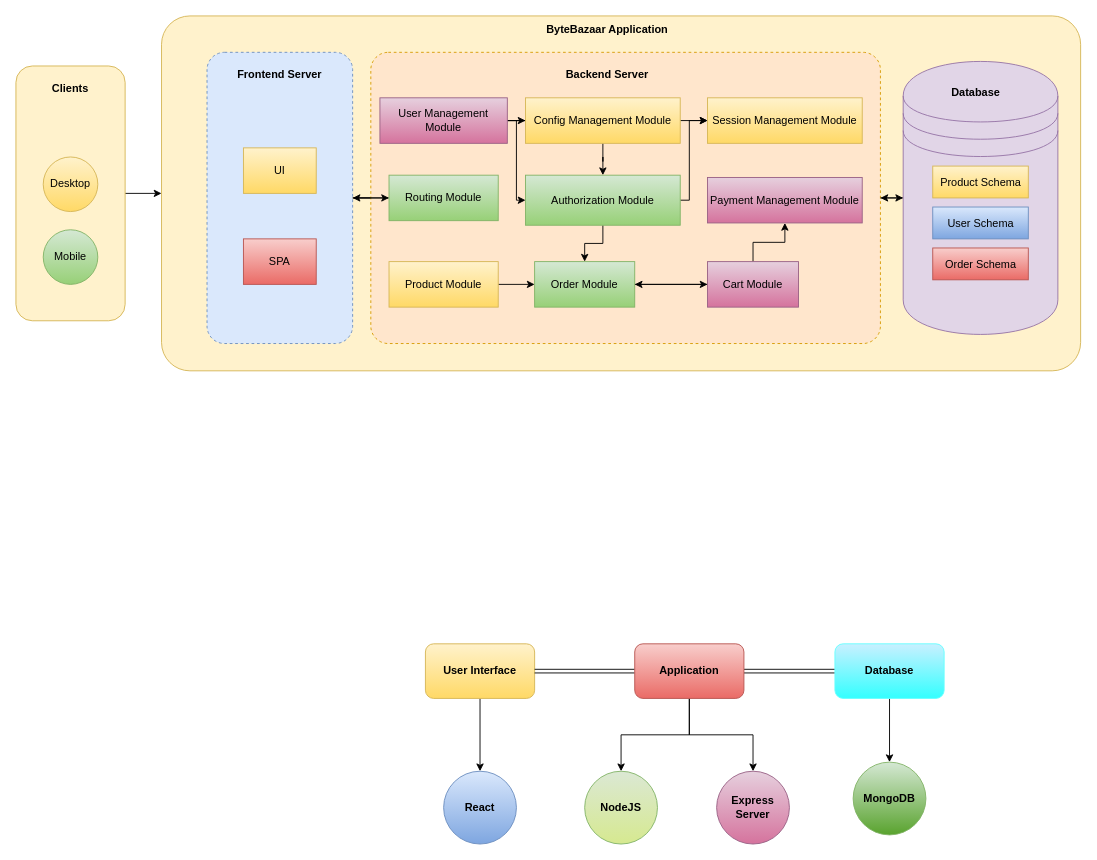
Above: design models.drawio in MuhammadHaris00/Diagrams (draw.io), before the change. Source tidied: cells renumbered, new cells numbered last; positions are measured from the earlier drawing's top-left corner, leaving out a move shared by most shapes. Both pictures are drawn from the tidied source at 91%, with x=0, y=0 at pixel (15, 15).
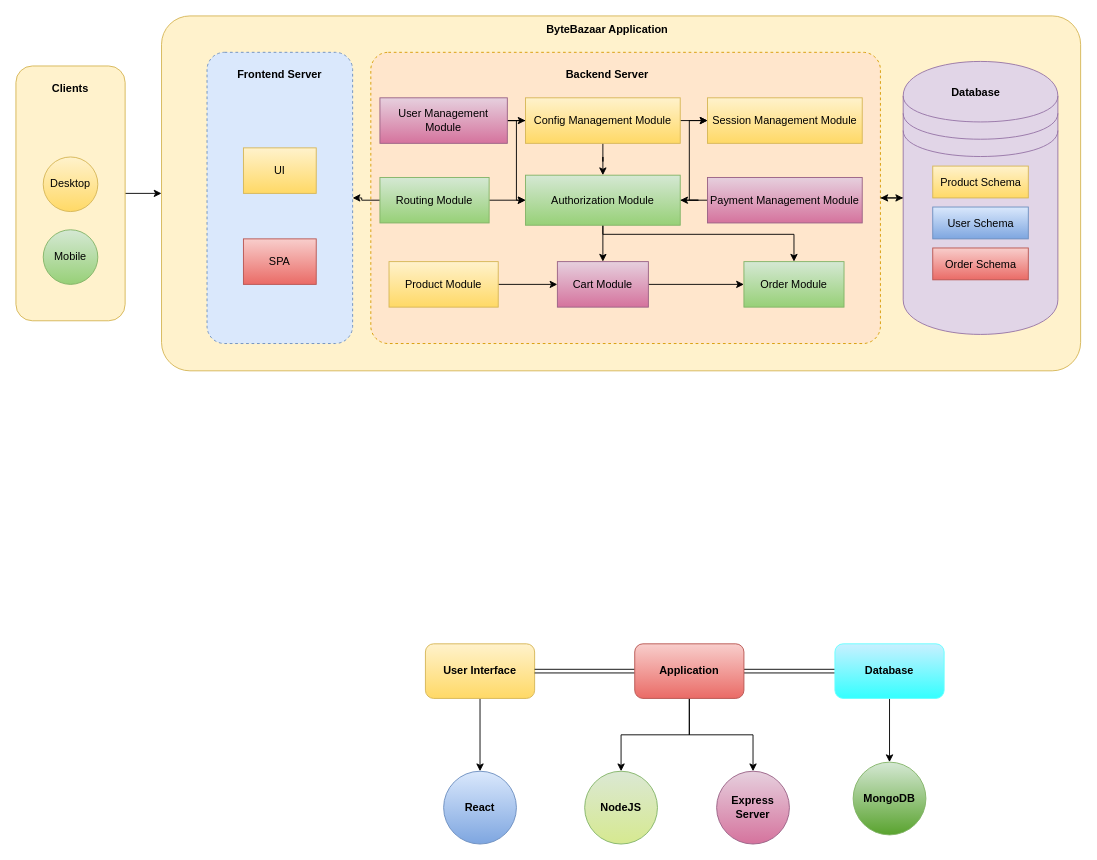
The same diagram, later.

Unchanged cells that the change refers to:
```xml
<mxCell id="12" style="rounded=1;whiteSpace=wrap;html=1;dashed=1;arcSize=12;fillColor=#dae8fc;strokeColor=#6c8ebf;" parent="1" vertex="1">
  <mxGeometry x="210" y="40" width="160" height="320" as="geometry" />
</mxCell>
<mxCell id="20" value="Product Module" style="rounded=0;whiteSpace=wrap;html=1;fillColor=#fff2cc;gradientColor=#ffd966;strokeColor=#d6b656;" parent="1" vertex="1">
  <mxGeometry x="410" y="270" width="120" height="50" as="geometry" />
</mxCell>
<mxCell id="26" value="Payment Management Module" style="rounded=0;whiteSpace=wrap;html=1;fillColor=#e6d0de;gradientColor=#d5739d;strokeColor=#996185;" parent="1" vertex="1">
  <mxGeometry x="760" y="177.5" width="170" height="50" as="geometry" />
</mxCell>
<mxCell id="30" value="Authorization Module" style="rounded=0;whiteSpace=wrap;html=1;fillColor=#d5e8d4;gradientColor=#97d077;strokeColor=#82b366;" parent="1" vertex="1">
  <mxGeometry x="560" y="175" width="170" height="55" as="geometry" />
</mxCell>
```

What changed in the source:
```diff
@@
-    <mxCell id="11" style="edgeStyle=orthogonalEdgeStyle;rounded=0;jettySize=auto;html=1;exitX=1;exitY=0.5;exitDx=0;exitDy=0;entryX=0;entryY=0.5;entryDx=0;entryDy=0;" parent="1" edge="1" source="12" target="35">
-      <mxGeometry relative="1" as="geometry" />
-    </mxCell>
@@
-    <mxCell id="19" style="edgeStyle=orthogonalEdgeStyle;rounded=0;jettySize=auto;html=1;entryX=0;entryY=0.5;entryDx=0;entryDy=0;" parent="1" edge="1" source="20" target="22">
-      <mxGeometry relative="1" as="geometry" />
-    </mxCell>
+    <mxCell id="57" style="edgeStyle=orthogonalEdgeStyle;rounded=0;jettySize=auto;html=1;" parent="1" edge="1" source="20" target="25">
+      <mxGeometry relative="1" as="geometry" />
+    </mxCell>
@@
-    <mxCell id="21" style="rounded=0;jettySize=auto;html=1;entryX=0;entryY=0.5;entryDx=0;entryDy=0;" parent="1" edge="1" source="22" target="25">
-      <mxGeometry relative="1" as="geometry">
-        <Array as="points">
-          <mxPoint x="690" y="295" />
-        </Array>
-      </mxGeometry>
-    </mxCell>
     <mxCell id="22" value="Order Module" style="rounded=0;whiteSpace=wrap;html=1;fillColor=#d5e8d4;gradientColor=#97d077;strokeColor=#82b366;" parent="1" vertex="1">
-      <mxGeometry x="570" y="270" width="110" height="50" as="geometry" />
+      <mxGeometry x="800" y="270" width="110" height="50" as="geometry" />
     </mxCell>
-    <mxCell id="23" style="edgeStyle=orthogonalEdgeStyle;rounded=0;jettySize=auto;html=1;entryX=1;entryY=0.5;entryDx=0;entryDy=0;" parent="1" edge="1" source="25" target="22">
+    <mxCell id="23" style="edgeStyle=orthogonalEdgeStyle;rounded=0;jettySize=auto;html=1;entryX=0;entryY=0.5;entryDx=0;entryDy=0;" parent="1" edge="1" source="25" target="22">
       <mxGeometry relative="1" as="geometry" />
     </mxCell>
-    <mxCell id="24" style="edgeStyle=orthogonalEdgeStyle;rounded=0;jettySize=auto;html=1;" parent="1" edge="1" source="25" target="26">
-      <mxGeometry relative="1" as="geometry" />
-    </mxCell>
     <mxCell id="25" value="Cart Module" style="rounded=0;whiteSpace=wrap;html=1;fillColor=#e6d0de;gradientColor=#d5739d;strokeColor=#996185;" parent="1" vertex="1">
-      <mxGeometry x="760" y="270" width="100" height="50" as="geometry" />
+      <mxGeometry x="595" y="270" width="100" height="50" as="geometry" />
     </mxCell>
+    <mxCell id="58" style="edgeStyle=orthogonalEdgeStyle;rounded=0;jettySize=auto;html=1;" parent="1" edge="1" source="26" target="30">
+      <mxGeometry relative="1" as="geometry" />
+    </mxCell>
@@
     <mxCell id="28" style="edgeStyle=orthogonalEdgeStyle;rounded=0;jettySize=auto;html=1;entryX=0.5;entryY=0;entryDx=0;entryDy=0;" parent="1" edge="1" source="30" target="22">
-      <mxGeometry relative="1" as="geometry" />
+      <mxGeometry relative="1" as="geometry">
+        <Array as="points">
+          <mxPoint x="645" y="240" />
+          <mxPoint x="855" y="240" />
+        </Array>
+      </mxGeometry>
     </mxCell>
@@
+    <mxCell id="59" style="edgeStyle=orthogonalEdgeStyle;rounded=0;jettySize=auto;html=1;entryX=0.5;entryY=0;entryDx=0;entryDy=0;" parent="1" edge="1" source="30" target="25">
+      <mxGeometry relative="1" as="geometry" />
+    </mxCell>
@@
     <mxCell id="34" style="edgeStyle=orthogonalEdgeStyle;rounded=0;jettySize=auto;html=1;" parent="1" edge="1" source="35">
       <mxGeometry relative="1" as="geometry">
         <mxPoint x="370" y="200" as="targetPoint" />
+        <Array as="points">
+          <mxPoint x="380" y="202" />
+          <mxPoint x="380" y="200" />
+        </Array>
       </mxGeometry>
     </mxCell>
+    <mxCell id="60" style="edgeStyle=orthogonalEdgeStyle;rounded=0;jettySize=auto;html=1;exitX=1;exitY=0.5;exitDx=0;exitDy=0;" parent="1" edge="1" source="35" target="30">
+      <mxGeometry relative="1" as="geometry" />
+    </mxCell>
     <mxCell id="35" value="Routing Module" style="rounded=0;whiteSpace=wrap;html=1;fillColor=#d5e8d4;gradientColor=#97d077;strokeColor=#82b366;" parent="1" vertex="1">
-      <mxGeometry x="410" y="175" width="120" height="50" as="geometry" />
+      <mxGeometry x="400" y="177.5" width="120" height="50" as="geometry" />
     </mxCell>
@@
-    <mxCell id="56" style="edgeStyle=orthogonalEdgeStyle;rounded=0;jettySize=auto;html=1;exitX=1;exitY=0.5;exitDx=0;exitDy=0;entryX=0;entryY=0.5;entryDx=0;entryDy=0;" parent="1" edge="1" source="12" target="35">
-      <mxGeometry relative="1" as="geometry" />
-    </mxCell>
```
